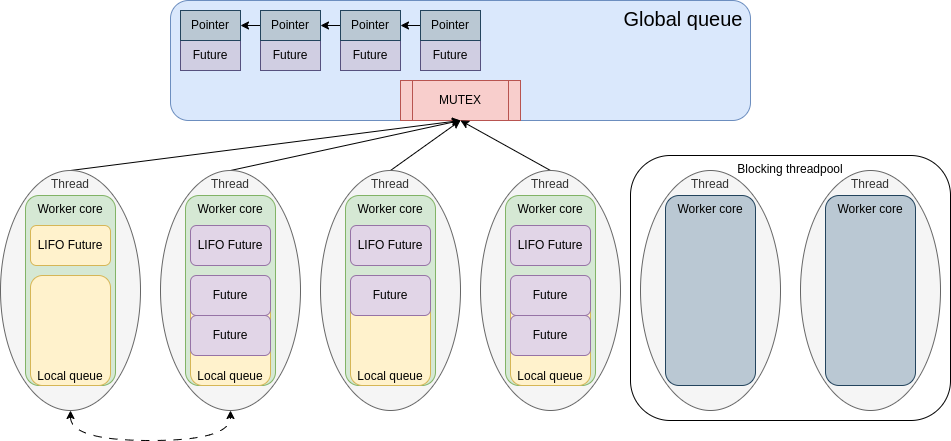
Before: pictures/tokio.arch.png, a diagram exported from draw.io (IgorErin/diploma). Source tidied: cells renumbered, new cells last; positions are measured from the earlier drawing's top-left corner, leaving out a move shared by most shapes.
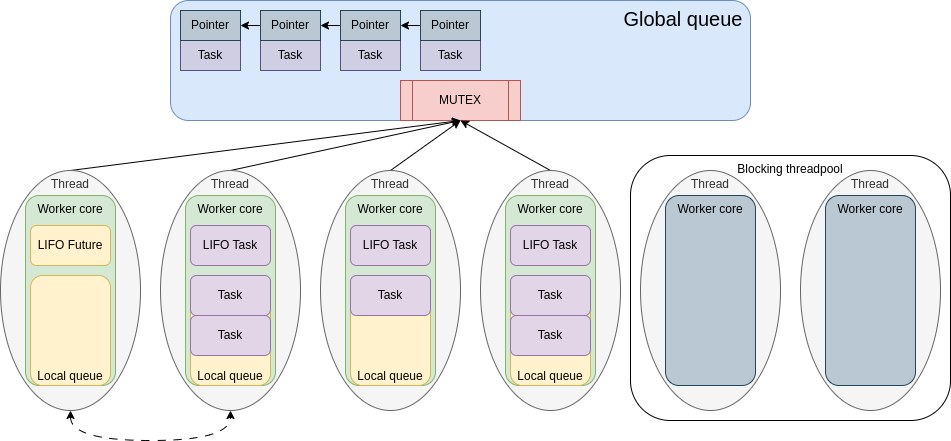
After the commit.

Change to the diagram source:
```diff
@@ -8,7 +8,7 @@
     <mxCell id="3" value="MUTEX" style="shape=process;whiteSpace=wrap;html=1;backgroundOutline=1;fillColor=#f8cecc;strokeColor=#b85450;" parent="1" vertex="1">
       <mxGeometry x="400" y="80" width="120" height="40" as="geometry" />
     </mxCell>
-    <mxCell id="4" value="Future" style="rounded=0;whiteSpace=wrap;html=1;fillColor=#d0cee2;strokeColor=#56517e;" parent="1" vertex="1">
+    <mxCell id="4" value="Task" style="rounded=0;whiteSpace=wrap;html=1;fillColor=#d0cee2;strokeColor=#56517e;" parent="1" vertex="1">
       <mxGeometry x="420" y="40" width="60" height="30" as="geometry" />
     </mxCell>
     <mxCell id="5" style="edgeStyle=orthogonalEdgeStyle;rounded=0;jettySize=auto;html=1;exitX=0;exitY=0.5;exitDx=0;exitDy=0;entryX=1;entryY=0.5;entryDx=0;entryDy=0;" parent="1" edge="1" source="6" target="9">
@@ -17,7 +17,7 @@
     <mxCell id="6" value="Pointer" style="rounded=0;whiteSpace=wrap;html=1;fillColor=#bac8d3;strokeColor=#23445d;" parent="1" vertex="1">
       <mxGeometry x="420" y="10" width="60" height="30" as="geometry" />
     </mxCell>
-    <mxCell id="7" value="Future" style="rounded=0;whiteSpace=wrap;html=1;fillColor=#d0cee2;strokeColor=#56517e;" parent="1" vertex="1">
+    <mxCell id="7" value="Task" style="rounded=0;whiteSpace=wrap;html=1;fillColor=#d0cee2;strokeColor=#56517e;" parent="1" vertex="1">
       <mxGeometry x="340" y="40" width="60" height="30" as="geometry" />
     </mxCell>
     <mxCell id="8" style="edgeStyle=orthogonalEdgeStyle;rounded=0;jettySize=auto;html=1;exitX=0;exitY=0.5;exitDx=0;exitDy=0;entryX=1;entryY=0.5;entryDx=0;entryDy=0;" parent="1" edge="1" source="9" target="12">
@@ -26,7 +26,7 @@
     <mxCell id="9" value="Pointer" style="rounded=0;whiteSpace=wrap;html=1;fillColor=#bac8d3;strokeColor=#23445d;" parent="1" vertex="1">
       <mxGeometry x="340" y="10" width="60" height="30" as="geometry" />
     </mxCell>
-    <mxCell id="10" value="Future" style="rounded=0;whiteSpace=wrap;html=1;fillColor=#d0cee2;strokeColor=#56517e;" parent="1" vertex="1">
+    <mxCell id="10" value="Task" style="rounded=0;whiteSpace=wrap;html=1;fillColor=#d0cee2;strokeColor=#56517e;" parent="1" vertex="1">
       <mxGeometry x="260" y="40" width="60" height="30" as="geometry" />
     </mxCell>
     <mxCell id="11" style="edgeStyle=orthogonalEdgeStyle;rounded=0;jettySize=auto;html=1;exitX=0;exitY=0.5;exitDx=0;exitDy=0;entryX=1;entryY=0.5;entryDx=0;entryDy=0;" parent="1" edge="1" source="12" target="14">
@@ -35,7 +35,7 @@
     <mxCell id="12" value="Pointer" style="rounded=0;whiteSpace=wrap;html=1;fillColor=#bac8d3;strokeColor=#23445d;" parent="1" vertex="1">
       <mxGeometry x="260" y="10" width="60" height="30" as="geometry" />
     </mxCell>
-    <mxCell id="13" value="Future" style="rounded=0;whiteSpace=wrap;html=1;fillColor=#d0cee2;strokeColor=#56517e;" parent="1" vertex="1">
+    <mxCell id="13" value="Task" style="rounded=0;whiteSpace=wrap;html=1;fillColor=#d0cee2;strokeColor=#56517e;" parent="1" vertex="1">
       <mxGeometry x="180" y="40" width="60" height="30" as="geometry" />
     </mxCell>
     <mxCell id="14" value="Pointer" style="rounded=0;whiteSpace=wrap;html=1;fillColor=#bac8d3;strokeColor=#23445d;" parent="1" vertex="1">
@@ -98,13 +98,13 @@
     <mxCell id="30" value="Local queue" style="rounded=1;whiteSpace=wrap;html=1;verticalAlign=bottom;fillColor=#fff2cc;strokeColor=#d6b656;" parent="1" vertex="1">
       <mxGeometry x="190" y="275" width="80" height="110" as="geometry" />
     </mxCell>
-    <mxCell id="31" value="LIFO Future" style="rounded=1;whiteSpace=wrap;html=1;fillColor=#e1d5e7;strokeColor=#9673a6;" parent="1" vertex="1">
+    <mxCell id="31" value="LIFO Task" style="rounded=1;whiteSpace=wrap;html=1;fillColor=#e1d5e7;strokeColor=#9673a6;" parent="1" vertex="1">
       <mxGeometry x="190" y="225" width="80" height="40" as="geometry" />
     </mxCell>
-    <mxCell id="32" value="Future" style="rounded=1;whiteSpace=wrap;html=1;fillColor=#e1d5e7;strokeColor=#9673a6;" parent="1" vertex="1">
+    <mxCell id="32" value="Task" style="rounded=1;whiteSpace=wrap;html=1;fillColor=#e1d5e7;strokeColor=#9673a6;" parent="1" vertex="1">
       <mxGeometry x="190" y="275" width="80" height="40" as="geometry" />
     </mxCell>
-    <mxCell id="33" value="Future" style="rounded=1;whiteSpace=wrap;html=1;fillColor=#e1d5e7;strokeColor=#9673a6;" parent="1" vertex="1">
+    <mxCell id="33" value="Task" style="rounded=1;whiteSpace=wrap;html=1;fillColor=#e1d5e7;strokeColor=#9673a6;" parent="1" vertex="1">
       <mxGeometry x="190" y="315" width="80" height="40" as="geometry" />
     </mxCell>
     <mxCell id="34" value="Thread" style="ellipse;whiteSpace=wrap;html=1;align=center;verticalAlign=top;fillColor=#f5f5f5;fontColor=#333333;strokeColor=#666666;" parent="1" vertex="1">
@@ -116,10 +116,10 @@
     <mxCell id="36" value="Local queue" style="rounded=1;whiteSpace=wrap;html=1;verticalAlign=bottom;fillColor=#fff2cc;strokeColor=#d6b656;" parent="1" vertex="1">
       <mxGeometry x="350" y="275" width="80" height="110" as="geometry" />
     </mxCell>
-    <mxCell id="37" value="LIFO Future" style="rounded=1;whiteSpace=wrap;html=1;fillColor=#e1d5e7;strokeColor=#9673a6;" parent="1" vertex="1">
+    <mxCell id="37" value="LIFO Task" style="rounded=1;whiteSpace=wrap;html=1;fillColor=#e1d5e7;strokeColor=#9673a6;" parent="1" vertex="1">
       <mxGeometry x="350" y="225" width="80" height="40" as="geometry" />
     </mxCell>
-    <mxCell id="38" value="Future" style="rounded=1;whiteSpace=wrap;html=1;fillColor=#e1d5e7;strokeColor=#9673a6;" parent="1" vertex="1">
+    <mxCell id="38" value="Task" style="rounded=1;whiteSpace=wrap;html=1;fillColor=#e1d5e7;strokeColor=#9673a6;" parent="1" vertex="1">
       <mxGeometry x="350" y="275" width="80" height="40" as="geometry" />
     </mxCell>
     <mxCell id="39" value="Thread" style="ellipse;whiteSpace=wrap;html=1;align=center;verticalAlign=top;fillColor=#f5f5f5;fontColor=#333333;strokeColor=#666666;" parent="1" vertex="1">
@@ -131,13 +131,13 @@
     <mxCell id="41" value="Local queue" style="rounded=1;whiteSpace=wrap;html=1;verticalAlign=bottom;fillColor=#fff2cc;strokeColor=#d6b656;" parent="1" vertex="1">
       <mxGeometry x="510" y="275" width="80" height="110" as="geometry" />
     </mxCell>
-    <mxCell id="42" value="LIFO Future" style="rounded=1;whiteSpace=wrap;html=1;fillColor=#e1d5e7;strokeColor=#9673a6;" parent="1" vertex="1">
+    <mxCell id="42" value="LIFO Task" style="rounded=1;whiteSpace=wrap;html=1;fillColor=#e1d5e7;strokeColor=#9673a6;" parent="1" vertex="1">
       <mxGeometry x="510" y="225" width="80" height="40" as="geometry" />
     </mxCell>
-    <mxCell id="43" value="Future" style="rounded=1;whiteSpace=wrap;html=1;fillColor=#e1d5e7;strokeColor=#9673a6;" parent="1" vertex="1">
+    <mxCell id="43" value="Task" style="rounded=1;whiteSpace=wrap;html=1;fillColor=#e1d5e7;strokeColor=#9673a6;" parent="1" vertex="1">
       <mxGeometry x="510" y="275" width="80" height="40" as="geometry" />
     </mxCell>
-    <mxCell id="44" value="Future" style="rounded=1;whiteSpace=wrap;html=1;fillColor=#e1d5e7;strokeColor=#9673a6;" parent="1" vertex="1">
+    <mxCell id="44" value="Task" style="rounded=1;whiteSpace=wrap;html=1;fillColor=#e1d5e7;strokeColor=#9673a6;" parent="1" vertex="1">
       <mxGeometry x="510" y="315" width="80" height="40" as="geometry" />
     </mxCell>
     <mxCell id="45" style="endArrow=classic;startArrow=classic;html=1;rounded=0;exitX=0.5;exitY=1;exitDx=0;exitDy=0;entryX=0.5;entryY=1;entryDx=0;entryDy=0;dashed=1;dashPattern=8 8;edgeStyle=orthogonalEdgeStyle;curved=1;" parent="1" edge="1" source="20" target="28">
```
